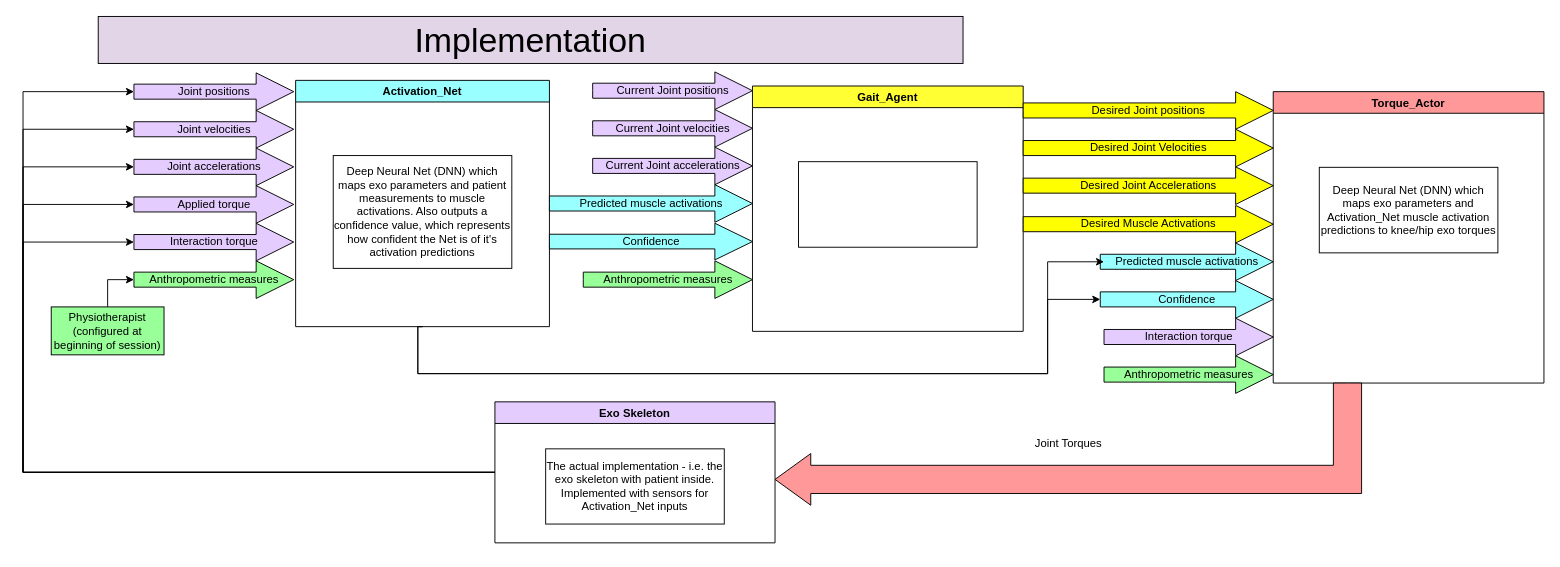
Earlier version of the draw.io diagram updated_architecture.drawio (LeoCain/MASS_EXO). Source tidied: cells renumbered, new cells numbered last; positions are measured from the earlier drawing's top-left corner, leaving out a move shared by most shapes. Both pictures are drawn from the tidied source at 94%, with x=0, y=0 at pixel (23, 16).
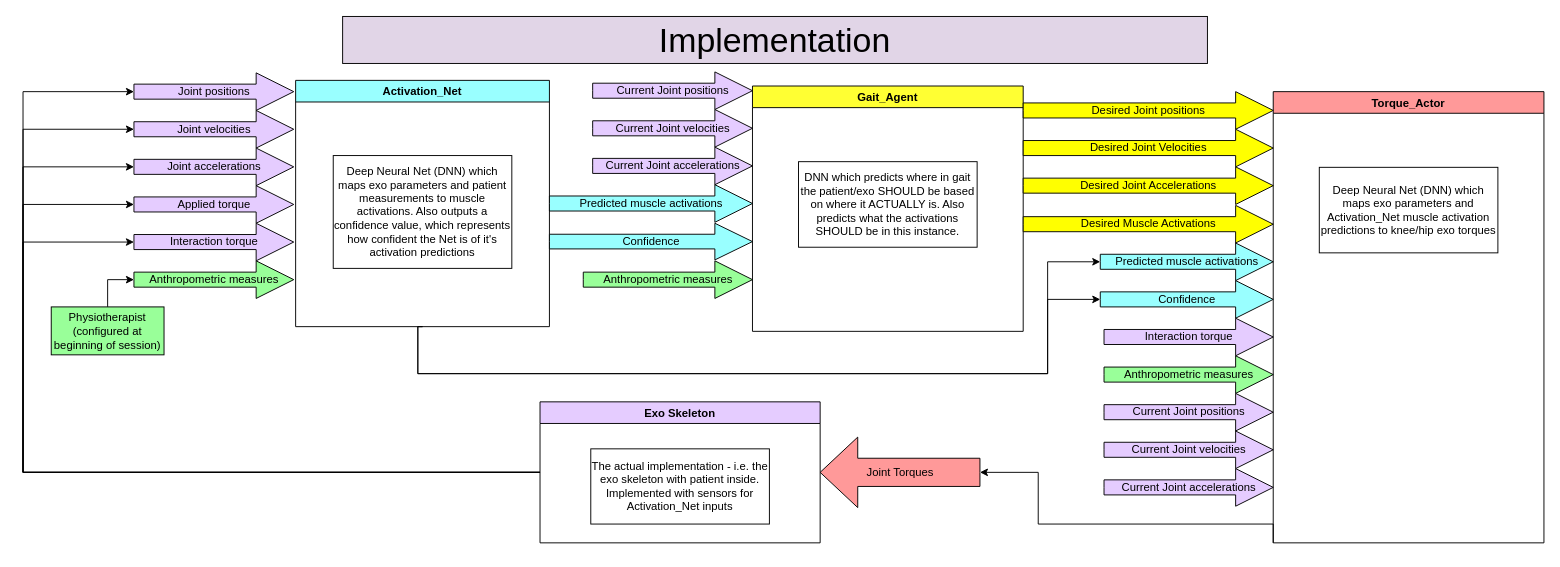
After the change.

Unchanged cells that the change refers to:
```xml
<mxCell id="17" value="Predicted muscle activations" style="html=1;shadow=0;dashed=0;align=center;verticalAlign=middle;shape=mxgraph.arrows2.arrow;dy=0.6;dx=40;notch=0;fillColor=#99FFFF;" parent="1" vertex="1">
  <mxGeometry x="1146" y="241" width="184" height="40" as="geometry" />
</mxCell>
<mxCell id="24" value="Activation_Net" style="swimlane;startSize=23;fillColor=#99FFFF;" parent="1" vertex="1">
  <mxGeometry x="290" y="68" width="270" height="262" as="geometry" />
</mxCell>
<mxCell id="30" value="Gait_Agent" style="swimlane;fillColor=#FFFF33;" parent="1" vertex="1">
  <mxGeometry x="776" y="74" width="288" height="261" as="geometry" />
</mxCell>
```

Diff of the diagram source:
```diff
@@
     <mxCell id="7" value="Exo Skeleton" style="swimlane;startSize=23;fillColor=#E5CCFF;" parent="1" vertex="1">
-      <mxGeometry x="502" y="410" width="298" height="150" as="geometry" />
+      <mxGeometry x="550" y="410" width="298" height="150" as="geometry" />
     </mxCell>
@@
+    <mxCell id="41" style="edgeStyle=orthogonalEdgeStyle;rounded=0;jettySize=auto;html=1;exitX=0;exitY=1;exitDx=0;exitDy=0;entryX=0;entryY=0.5;entryDx=0;entryDy=0;entryPerimeter=0;" parent="1" edge="1" source="9" target="26">
+      <mxGeometry relative="1" as="geometry">
+        <Array as="points">
+          <mxPoint x="1330" y="540" />
+          <mxPoint x="1080" y="540" />
+          <mxPoint x="1080" y="485" />
+        </Array>
+      </mxGeometry>
+    </mxCell>
     <mxCell id="9" value="Torque_Actor" style="swimlane;fillColor=#FF9999;" parent="1" vertex="1">
-      <mxGeometry x="1330" y="80" width="288" height="310" as="geometry" />
+      <mxGeometry x="1330" y="80" width="288" height="480" as="geometry" />
     </mxCell>
@@
-    <mxCell id="22" style="edgeStyle=orthogonalEdgeStyle;rounded=0;jettySize=auto;html=1;exitX=0.5;exitY=1;exitDx=0;exitDy=0;" parent="1" edge="1" source="24">
+    <mxCell id="22" style="edgeStyle=orthogonalEdgeStyle;rounded=0;jettySize=auto;html=1;exitX=0.5;exitY=1;exitDx=0;exitDy=0;entryX=0;entryY=0.5;entryDx=0;entryDy=0;entryPerimeter=0;" parent="1" edge="1" source="24" target="17">
       <mxGeometry relative="1" as="geometry">
-        <mxPoint x="1150" y="261" as="targetPoint" />
         <Array as="points">
           <mxPoint x="420" y="330" />
           <mxPoint x="420" y="380" />
           <mxPoint x="1090" y="380" />
           <mxPoint x="1090" y="261" />
         </Array>
       </mxGeometry>
     </mxCell>
@@
-    <mxCell id="26" value="Joint Torques" style="html=1;shadow=0;dashed=0;align=center;verticalAlign=middle;shape=mxgraph.arrows2.bendArrow;dy=15;dx=38;notch=0;arrowHead=55;rounded=0;flipH=1;flipV=1;fillColor=#FF9999;" parent="1" vertex="1">
-      <mxGeometry x="800" y="390" width="624" height="130" as="geometry" />
-    </mxCell>
@@
     <mxCell id="29" value="&lt;font style=&quot;font-size: 36px;&quot;&gt;Implementation&lt;/font&gt;" style="rounded=0;whiteSpace=wrap;html=1;strokeColor=#000000;fillColor=#E1D5E7;" parent="1" vertex="1">
-      <mxGeometry x="80" width="920" height="50" as="geometry" />
+      <mxGeometry x="340" width="920" height="50" as="geometry" />
     </mxCell>
@@
-    <mxCell id="31" style="rounded=0;whiteSpace=wrap;html=1;" parent="30" vertex="1">
+    <mxCell id="31" value="DNN which predicts where in gait the patient/exo SHOULD be based on where it ACTUALLY is. Also predicts what the activations SHOULD be in this instance." style="rounded=0;whiteSpace=wrap;html=1;" parent="30" vertex="1">
       <mxGeometry x="49" y="80.5" width="190" height="91" as="geometry" />
     </mxCell>
@@
+    <mxCell id="42" value="Current Joint positions" style="html=1;shadow=0;dashed=0;align=center;verticalAlign=middle;shape=mxgraph.arrows2.arrow;dy=0.6;dx=40;notch=0;fillColor=#E5CCFF;" parent="1" vertex="1">
+      <mxGeometry x="1150" y="401" width="180" height="40" as="geometry" />
+    </mxCell>
+    <mxCell id="43" value="Current Joint velocities" style="html=1;shadow=0;dashed=0;align=center;verticalAlign=middle;shape=mxgraph.arrows2.arrow;dy=0.6;dx=40;notch=0;fillColor=#E5CCFF;" parent="1" vertex="1">
+      <mxGeometry x="1150" y="441" width="180" height="40" as="geometry" />
+    </mxCell>
+    <mxCell id="44" value="Current Joint accelerations" style="html=1;shadow=0;dashed=0;align=center;verticalAlign=middle;shape=mxgraph.arrows2.arrow;dy=0.6;dx=40;notch=0;fillColor=#E5CCFF;" parent="1" vertex="1">
+      <mxGeometry x="1150" y="481" width="180" height="40" as="geometry" />
+    </mxCell>
+    <mxCell id="26" value="Joint Torques" style="html=1;shadow=0;dashed=0;align=center;verticalAlign=middle;shape=mxgraph.arrows2.arrow;dy=0.6;dx=40;notch=0;fillColor=#FF9999;flipH=1;" parent="1" vertex="1">
+      <mxGeometry x="848" y="447.5" width="170" height="75" as="geometry" />
+    </mxCell>
```
